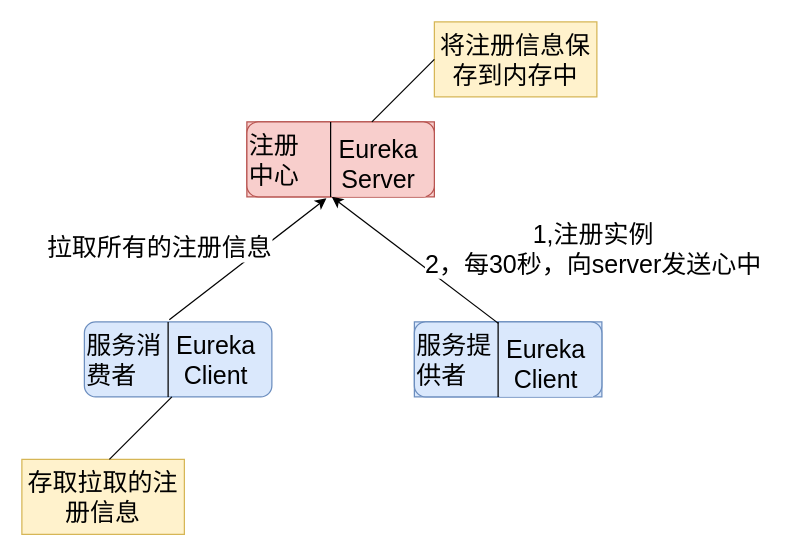
Above: microservice/eureka theory.drawio in igdnss/blog (draw.io), before the change. Source tidied: cells renumbered, new cells numbered last; positions are measured from the earlier drawing's top-left corner, leaving out a move shared by most shapes. Both pictures are drawn from the tidied source at 125%, with x=0, y=0 at pixel (21, 21).
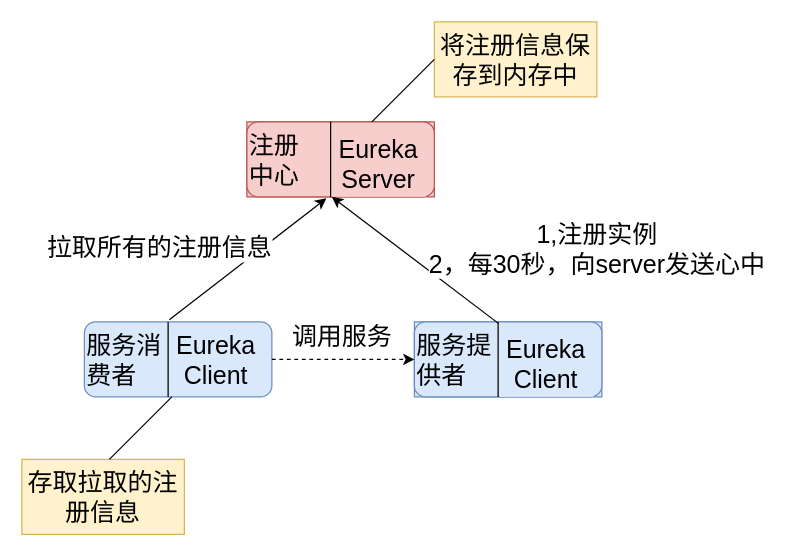
The same page after the edit.

The change refers to these unchanged cells:
```xml
<mxCell id="7" value="&lt;font style=&quot;font-size: 20px&quot;&gt;服务提&lt;br&gt;供者&lt;/font&gt;" style="rounded=1;whiteSpace=wrap;html=1;align=left;fillColor=#dae8fc;strokeColor=#6c8ebf;" parent="6" vertex="1">
  <mxGeometry width="150" height="60" as="geometry" />
</mxCell>
<mxCell id="14" style="endArrow=classic;html=1;fontSize=20;entryX=0;entryY=1;entryDx=0;entryDy=0;exitX=0.448;exitY=0.02;exitDx=0;exitDy=0;exitPerimeter=0;" parent="1" edge="1" source="7" target="13">
  <mxGeometry relative="1" as="geometry" />
</mxCell>
```

Change to the diagram source:
```diff
@@
     <mxCell id="15" value="1,注册实例&lt;br&gt;2，每30秒，向server发送心中" style="edgeLabel;html=1;align=center;verticalAlign=middle;fontSize=20;" parent="14" vertex="1">
       <mxGeometry x="0.17" y="2" relative="1" as="geometry">
-        <mxPoint x="155" y="-3.5" as="offset" />
+        <mxPoint x="158" y="-3.5" as="offset" />
       </mxGeometry>
     </mxCell>
@@
+    <mxCell id="21" style="endArrow=classic;html=1;fontSize=20;entryX=0;entryY=0.5;entryDx=0;entryDy=0;dashed=1;" parent="1" edge="1" target="7">
+      <mxGeometry relative="1" as="geometry">
+        <mxPoint x="200" y="270" as="sourcePoint" />
+      </mxGeometry>
+    </mxCell>
+    <mxCell id="22" value="调用服务" style="edgeLabel;html=1;align=center;verticalAlign=middle;fontSize=20;" parent="21" vertex="1">
+      <mxGeometry x="-0.19" y="1" relative="1" as="geometry">
+        <mxPoint x="9" y="-19" as="offset" />
+      </mxGeometry>
+    </mxCell>
```
